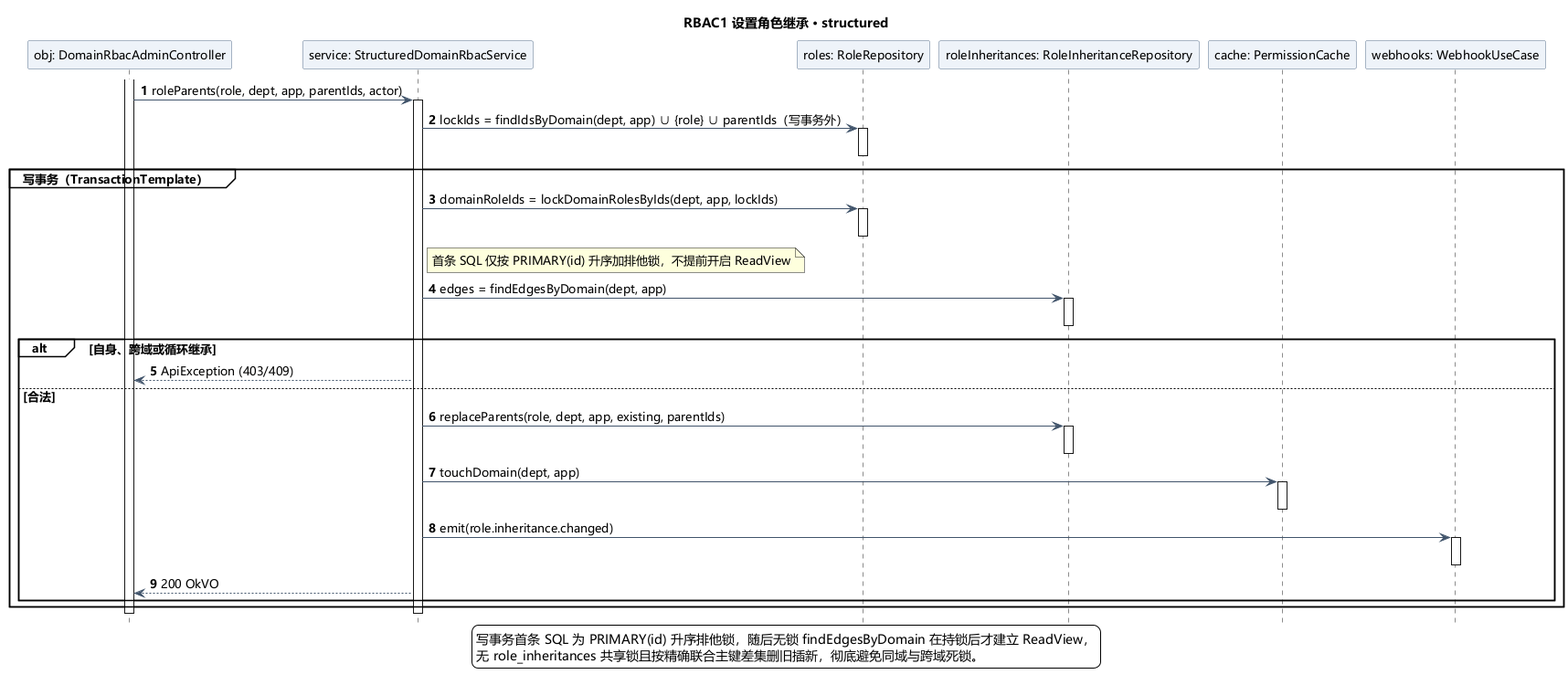
JiuQi79-BOT/MelonHub keeps this PlantUML diagram as doc/uml/role-hierarchy-sequence.png. Above is the earlier version. Source of this version:
```plantuml
@startuml
skinparam shadowing false
skinparam defaultFontName Microsoft YaHei
skinparam defaultFontSize 13
skinparam classAttributeIconSize 0
skinparam backgroundColor white
skinparam ArrowColor #41546B
skinparam classBackgroundColor #F5F8FC
skinparam classBorderColor #59708C
skinparam sequenceParticipantBackgroundColor #EEF3F9
skinparam sequenceParticipantBorderColor #59708C
skinparam sequenceGroupBackgroundColor transparent
skinparam sequenceMessageAlign left
hide footbox
title RBAC1 设置角色继承 · structured
participant "obj: DomainRbacAdminController" as C
participant "service: StructuredDomainRbacService" as S
participant "roles: RoleRepository" as RR
participant "roleInheritances: RoleInheritanceRepository" as RIR
participant "cache: PermissionCache" as Cache
participant "webhooks: WebhookUseCase" as W
autonumber
activate C
C -> S: roleParents(role, dept, app, parentIds, actor)
activate S
S -> RR: lockIds = findIdsByDomain(dept, app) ∪ {role} ∪ parentIds（写事务外）
activate RR
deactivate RR
group 写事务（TransactionTemplate）
 S -> RR: domainRoleIds = lockDomainRolesByIds(dept, app, lockIds)
 activate RR
 deactivate RR
 note right of S: 首条 SQL 仅按 PRIMARY(id) 升序加排他锁，不提前开启 ReadView
 S -> RIR: edges = findEdgesByDomain(dept, app)
 activate RIR
 deactivate RIR
 alt 自身、跨域或循环继承
  S --> C: ApiException (403/409)
 else 合法
  S -> RIR: replaceParents(role, dept, app, existing, parentIds)
  activate RIR
  deactivate RIR
  S -> Cache: touchDomain(dept, app)
  activate Cache
  deactivate Cache
  S -> W: emit(role.inheritance.changed)
  activate W
  deactivate W
  S --> C: 200 OkVO
 end
end
deactivate S
deactivate C
legend bottom
写事务首条 SQL 为 PRIMARY(id) 升序排他锁，随后无锁 findEdgesByDomain 在持锁后才建立 ReadView，
无 role_inheritances 共享锁且按精确联合主键差集删旧插新，彻底避免同域与跨域死锁。
endlegend
@enduml
```
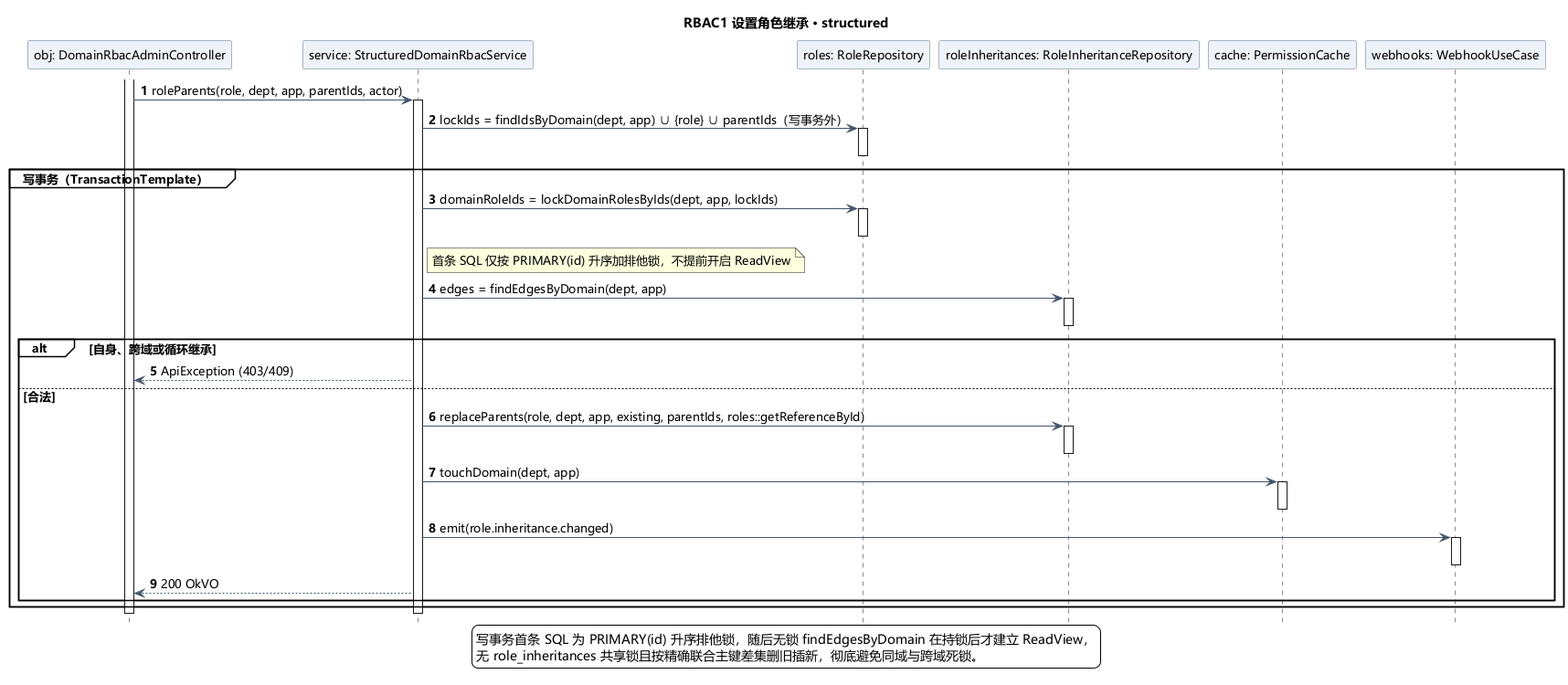
The same diagram one commit later.

What changed in the source:
```diff
@@ -37,7 +37,7 @@
  alt 自身、跨域或循环继承
   S --> C: ApiException (403/409)
  else 合法
-  S -> RIR: replaceParents(role, dept, app, existing, parentIds)
+  S -> RIR: replaceParents(role, dept, app, existing, parentIds, roles::getReferenceById)
   activate RIR
   deactivate RIR
   S -> Cache: touchDomain(dept, app)
```
